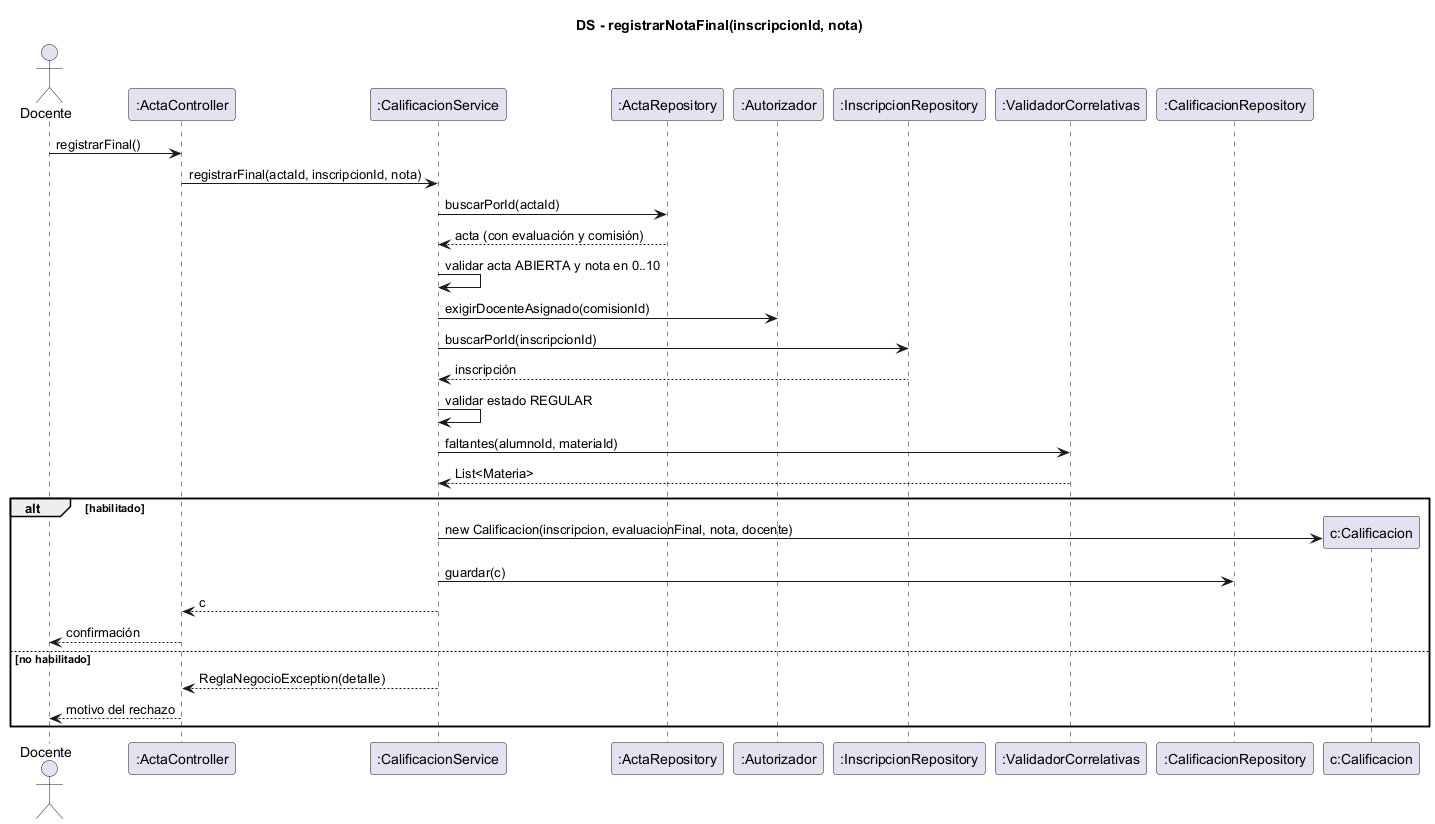
Before: document/diagramas/ds-registrar-nota-final.png, a diagram exported from PlantUML (ISMAELALTHENOFER/BACKOFFICE-ACADEMICO-ITEC-N-1). Source of this version:
```plantuml
@startuml ds-registrar-nota-final
skinparam shadowing false
title DS - registrarNotaFinal(inscripcionId, nota)
actor Docente
participant ":ActaController" as C
participant ":CalificacionService" as S
participant ":ActaRepository" as AC
participant ":Autorizador" as AU
participant ":InscripcionRepository" as IR
participant ":ValidadorCorrelativas" as V
participant ":CalificacionRepository" as CR

Docente -> C : registrarFinal()
C -> S : registrarFinal(actaId, inscripcionId, nota)
S -> AC : buscarPorId(actaId)
AC --> S : acta (con evaluación y comisión)
S -> S : validar acta ABIERTA y nota en 0..10
S -> AU : exigirDocenteAsignado(comisionId)
S -> IR : buscarPorId(inscripcionId)
IR --> S : inscripción
S -> S : validar estado REGULAR
S -> V : faltantes(alumnoId, materiaId)
V --> S : List<Materia>
alt habilitado
  create participant "c:Calificacion" as CA
  S -> CA : new Calificacion(inscripcion, evaluacionFinal, nota, docente)
  S -> CR : guardar(c)
  S --> C : c
  C --> Docente : confirmación
else no habilitado
  S --> C : ReglaNegocioException(detalle)
  C --> Docente : motivo del rechazo
end
@enduml
```
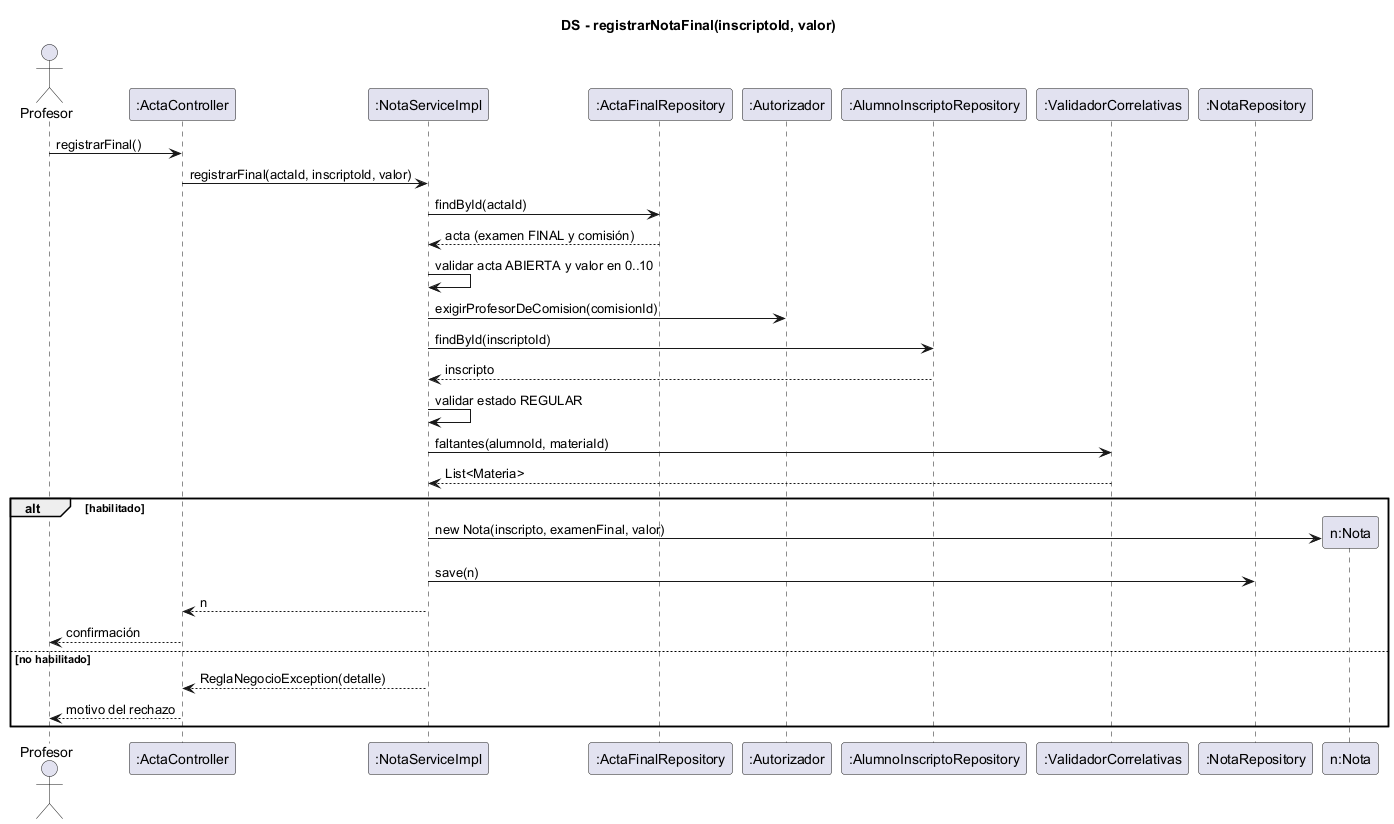
Above is the later version.

What changed in the source:
```diff
@@ -1,34 +1,34 @@
 @startuml ds-registrar-nota-final
 skinparam shadowing false
-title DS - registrarNotaFinal(inscripcionId, nota)
-actor Docente
+title DS - registrarNotaFinal(inscriptoId, valor)
+actor Profesor
 participant ":ActaController" as C
-participant ":CalificacionService" as S
-participant ":ActaRepository" as AC
+participant ":NotaServiceImpl" as S
+participant ":ActaFinalRepository" as AC
 participant ":Autorizador" as AU
-participant ":InscripcionRepository" as IR
+participant ":AlumnoInscriptoRepository" as IR
 participant ":ValidadorCorrelativas" as V
-participant ":CalificacionRepository" as CR
+participant ":NotaRepository" as NR
 
-Docente -> C : registrarFinal()
-C -> S : registrarFinal(actaId, inscripcionId, nota)
-S -> AC : buscarPorId(actaId)
-AC --> S : acta (con evaluación y comisión)
-S -> S : validar acta ABIERTA y nota en 0..10
-S -> AU : exigirDocenteAsignado(comisionId)
-S -> IR : buscarPorId(inscripcionId)
-IR --> S : inscripción
+Profesor -> C : registrarFinal()
+C -> S : registrarFinal(actaId, inscriptoId, valor)
+S -> AC : findById(actaId)
+AC --> S : acta (examen FINAL y comisión)
+S -> S : validar acta ABIERTA y valor en 0..10
+S -> AU : exigirProfesorDeComision(comisionId)
+S -> IR : findById(inscriptoId)
+IR --> S : inscripto
 S -> S : validar estado REGULAR
 S -> V : faltantes(alumnoId, materiaId)
 V --> S : List<Materia>
 alt habilitado
-  create participant "c:Calificacion" as CA
-  S -> CA : new Calificacion(inscripcion, evaluacionFinal, nota, docente)
-  S -> CR : guardar(c)
-  S --> C : c
-  C --> Docente : confirmación
+  create participant "n:Nota" as N
+  S -> N : new Nota(inscripto, examenFinal, valor)
+  S -> NR : save(n)
+  S --> C : n
+  C --> Profesor : confirmación
 else no habilitado
   S --> C : ReglaNegocioException(detalle)
-  C --> Docente : motivo del rechazo
+  C --> Profesor : motivo del rechazo
 end
 @enduml
```
